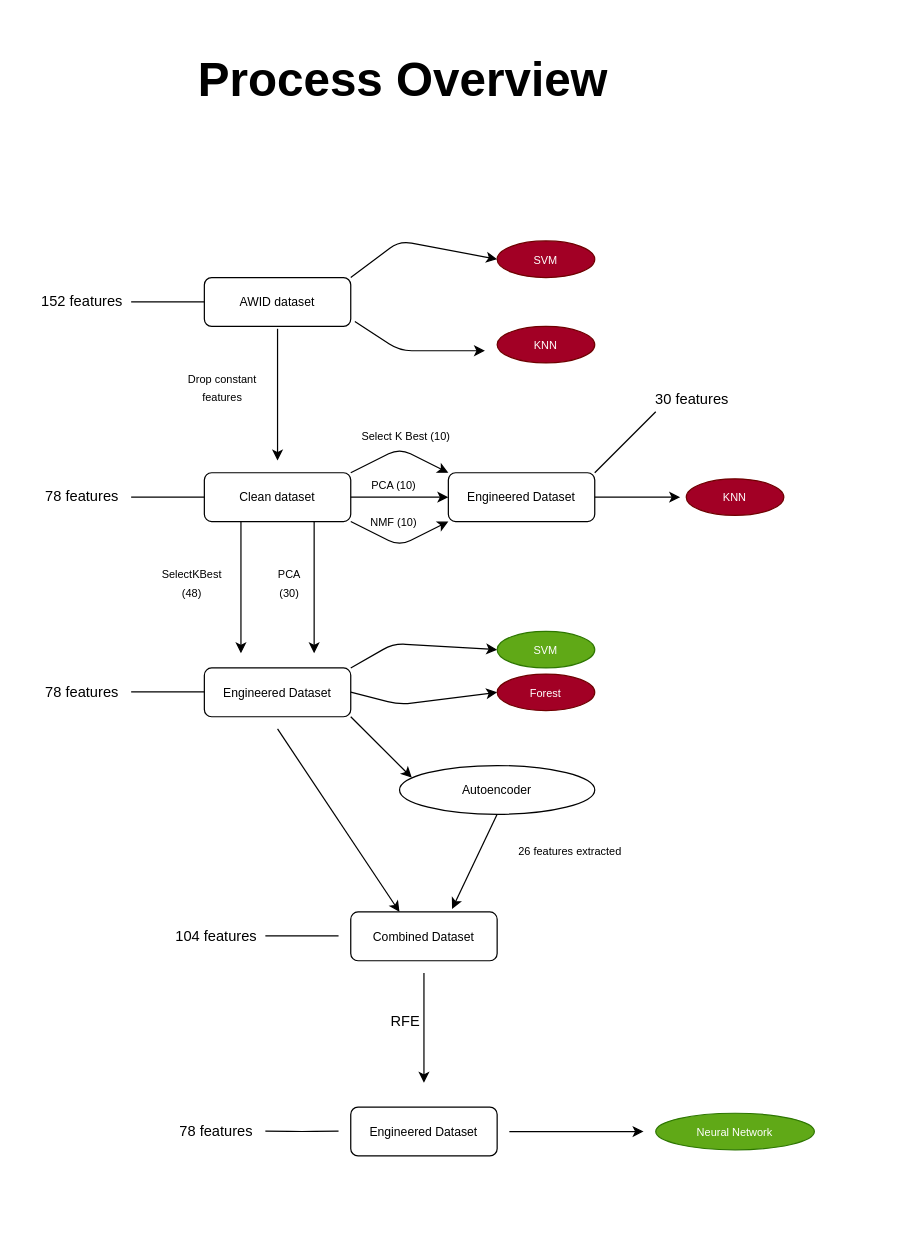
This is Process Flow.drawio from acicca01/cyber, a draw.io file, before an edit. Source tidied: cells renumbered, new cells numbered last; positions are measured from the earlier drawing's top-left corner, leaving out a move shared by most shapes. Both pictures are drawn from the tidied source at 122%, with x=0, y=0 at pixel (21, 33).
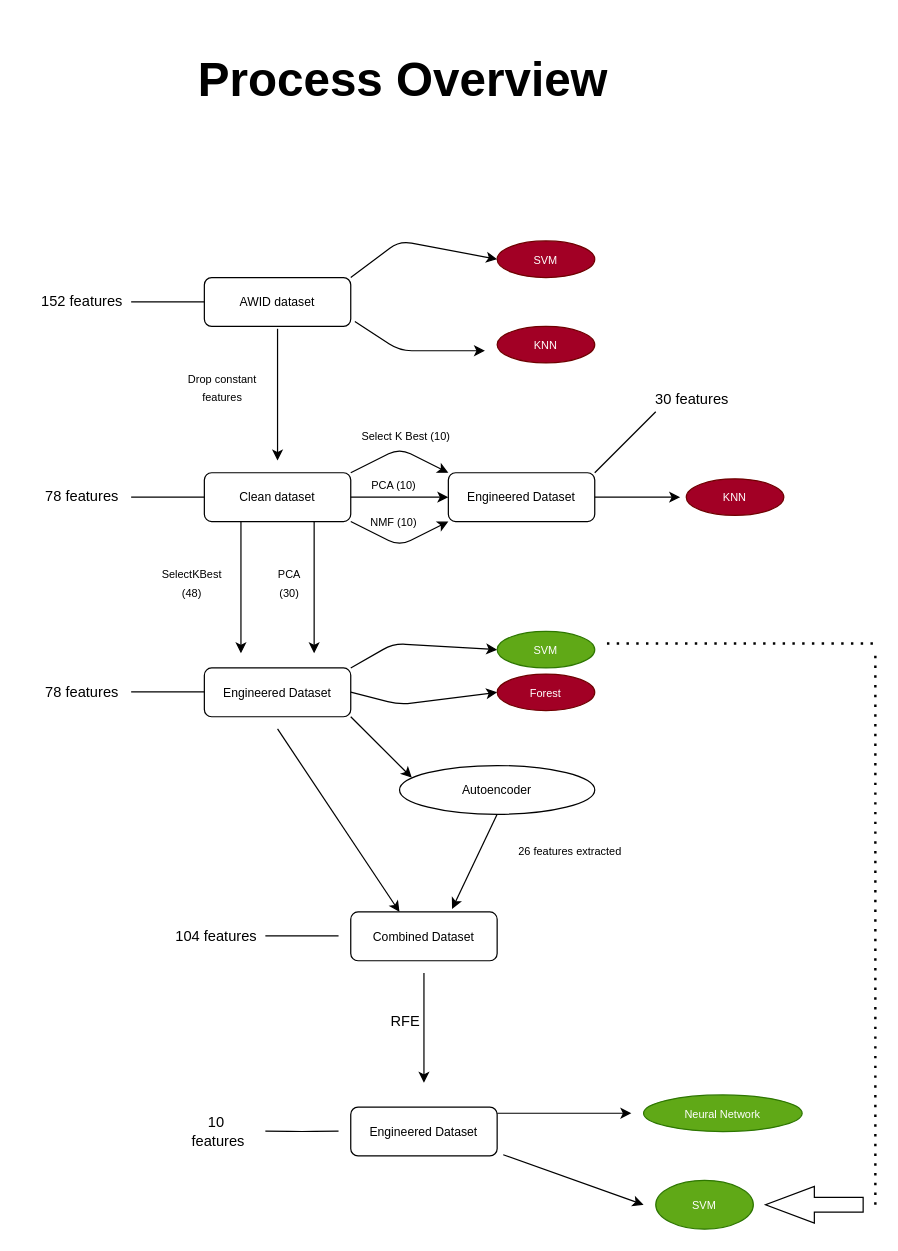
The same diagram, later.

What changed in the source:
```diff
@@
     <mxCell id="31" style="endArrow=classic;html=1;" parent="1" edge="1">
       <mxGeometry relative="1" as="geometry">
-        <mxPoint x="400" y="900" as="sourcePoint" />
-        <mxPoint x="510" y="900" as="targetPoint" />
+        <mxPoint x="390" y="885" as="sourcePoint" />
+        <mxPoint x="500" y="885" as="targetPoint" />
       </mxGeometry>
     </mxCell>
@@
-    <mxCell id="43" value="78 features" style="text;html=1;strokeColor=none;fillColor=none;align=center;verticalAlign=middle;whiteSpace=wrap;rounded=0;" parent="1" vertex="1">
+    <mxCell id="43" value="10&lt;br&gt;&amp;nbsp;features" style="text;html=1;strokeColor=none;fillColor=none;align=center;verticalAlign=middle;whiteSpace=wrap;rounded=0;" parent="1" vertex="1">
       <mxGeometry x="110" y="890" width="100" height="20" as="geometry" />
     </mxCell>
     <mxCell id="44" value="&lt;span style=&quot;font-size: 9px&quot;&gt;Neural Network&lt;/span&gt;" style="ellipse;whiteSpace=wrap;html=1;fillColor=#60a917;strokeColor=#2D7600;fontColor=#ffffff;" parent="1" vertex="1">
-      <mxGeometry x="520" y="885" width="130" height="30" as="geometry" />
+      <mxGeometry x="510" y="870" width="130" height="30" as="geometry" />
     </mxCell>
@@
+    <mxCell id="52" style="endArrow=none;dashed=1;html=1;dashPattern=1 3;strokeWidth=2;" parent="1" edge="1">
+      <mxGeometry relative="1" as="geometry">
+        <mxPoint x="480" y="500" as="sourcePoint" />
+        <mxPoint x="700" y="500" as="targetPoint" />
+      </mxGeometry>
+    </mxCell>
+    <mxCell id="53" style="endArrow=none;dashed=1;html=1;dashPattern=1 3;strokeWidth=2;" parent="1" edge="1">
+      <mxGeometry relative="1" as="geometry">
+        <mxPoint x="700" y="960" as="sourcePoint" />
+        <mxPoint x="700" y="505" as="targetPoint" />
+      </mxGeometry>
+    </mxCell>
+    <mxCell id="54" value="&lt;font style=&quot;font-size: 9px&quot;&gt;SVM&lt;/font&gt;" style="ellipse;whiteSpace=wrap;html=1;fillColor=#60a917;strokeColor=#2D7600;fontColor=#ffffff;" parent="1" vertex="1">
+      <mxGeometry x="520" y="940" width="80" height="40" as="geometry" />
+    </mxCell>
+    <mxCell id="55" style="endArrow=classic;html=1;" parent="1" edge="1">
+      <mxGeometry relative="1" as="geometry">
+        <mxPoint x="395" y="919" as="sourcePoint" />
+        <mxPoint x="510" y="960" as="targetPoint" />
+      </mxGeometry>
+    </mxCell>
+    <mxCell id="56" style="html=1;shadow=0;dashed=0;align=center;verticalAlign=middle;shape=mxgraph.arrows2.arrow;dy=0.6;dx=40;flipH=1;notch=0;" parent="1" vertex="1">
+      <mxGeometry x="610" y="945" width="80" height="30" as="geometry" />
+    </mxCell>
```
